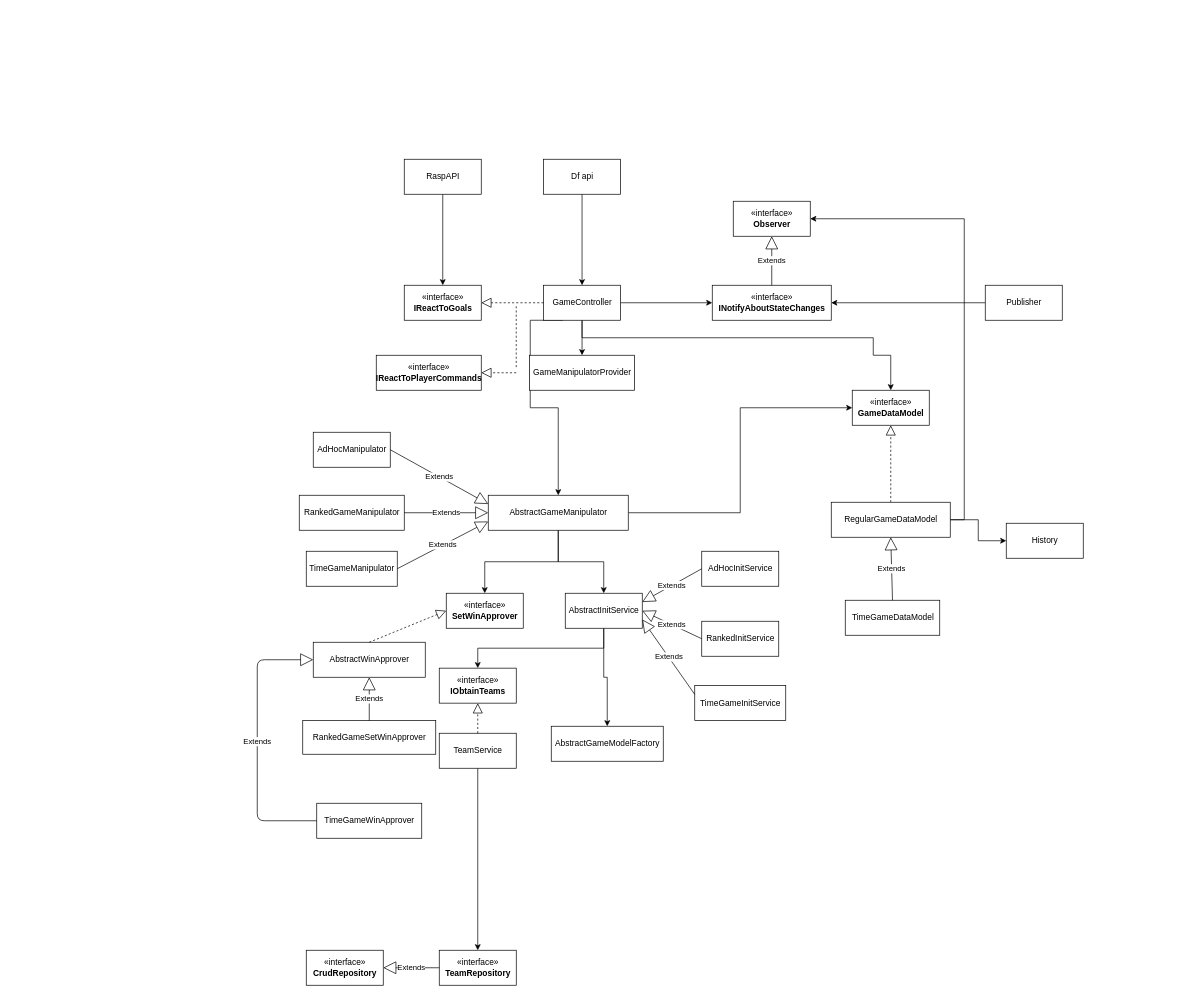
Before: resources/Klassendiagramm.drawio in IljaWeber/digitalFoosballPresentation, a draw.io diagram. Source tidied: cells renumbered, new cells numbered last; positions are measured from the earlier drawing's top-left corner, leaving out a move shared by most shapes. Both pictures are drawn from the tidied source at 70%, with x=0, y=0 at pixel (257, 159).
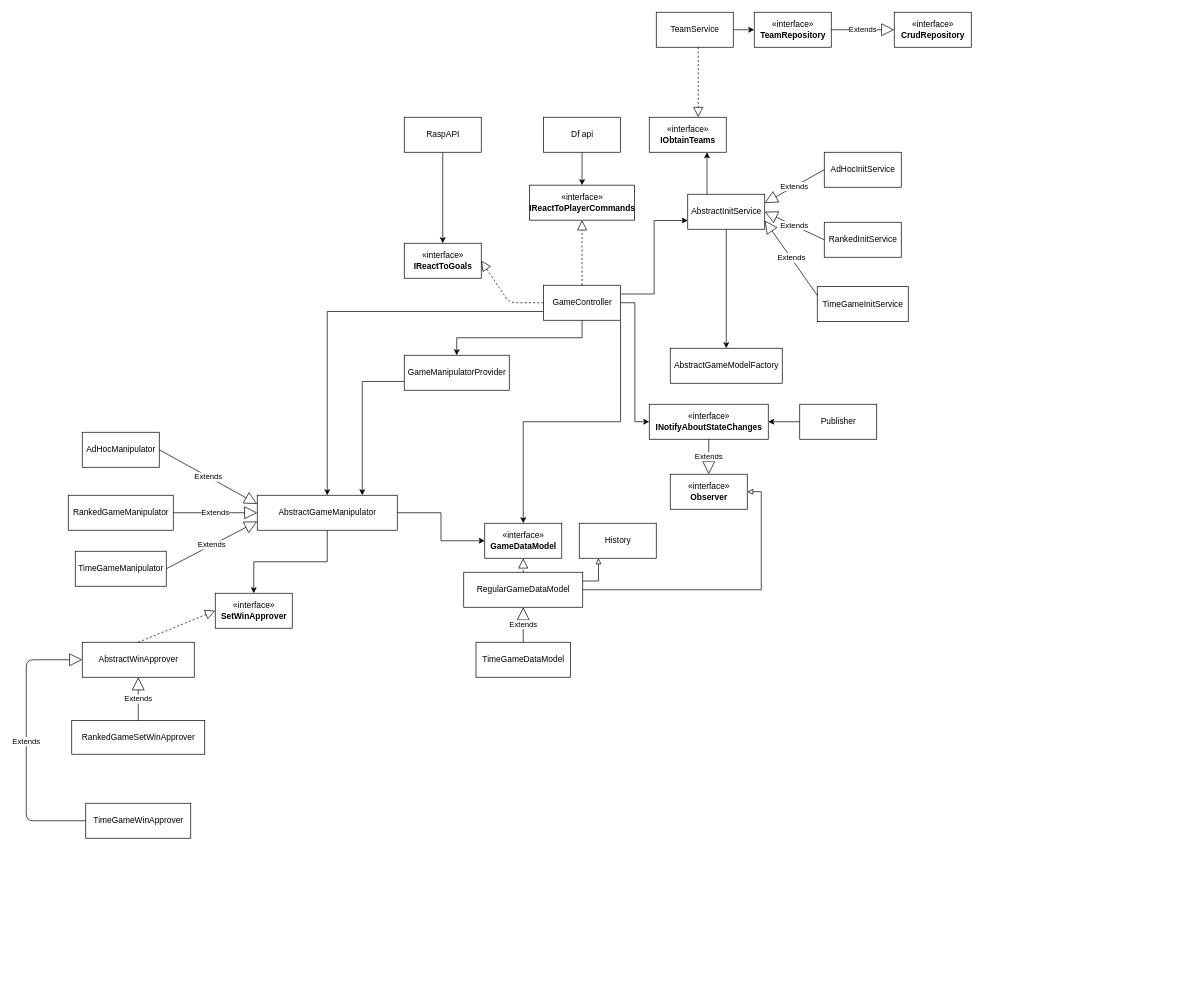
After the change.

Commit message:
diagram design changes

Unchanged cells that the change refers to:
```xml
<mxCell id="8" value="GameController" style="html=1;" parent="1" vertex="1">
  <mxGeometry x="409" y="180" width="110" height="50" as="geometry" />
</mxCell>
```

The edit, as a diff of the source:
```diff
@@
-    <mxCell id="2" style="edgeStyle=orthogonalEdgeStyle;rounded=0;jettySize=auto;html=1;exitX=0.5;exitY=1;exitDx=0;exitDy=0;entryX=0.5;entryY=0;entryDx=0;entryDy=0;" parent="1" edge="1" source="3" target="8">
+    <mxCell id="2" style="edgeStyle=orthogonalEdgeStyle;rounded=0;jettySize=auto;html=1;exitX=0.5;exitY=1;exitDx=0;exitDy=0;entryX=0.5;entryY=0;entryDx=0;entryDy=0;" parent="1" edge="1" source="3" target="13">
       <mxGeometry relative="1" as="geometry" />
     </mxCell>
     <mxCell id="3" value="Df api" style="html=1;" parent="1" vertex="1">
-      <mxGeometry x="409" width="110" height="50" as="geometry" />
+      <mxGeometry x="409" y="-60" width="110" height="50" as="geometry" />
     </mxCell>
@@
-    <mxCell id="6" style="edgeStyle=orthogonalEdgeStyle;rounded=0;jettySize=auto;html=1;exitX=0.5;exitY=1;exitDx=0;exitDy=0;entryX=0.5;entryY=0;entryDx=0;entryDy=0;" parent="1" edge="1" source="8" target="23">
-      <mxGeometry relative="1" as="geometry">
-        <Array as="points">
-          <mxPoint x="464" y="255" />
-          <mxPoint x="880" y="255" />
-          <mxPoint x="880" y="280" />
-          <mxPoint x="905" y="280" />
-        </Array>
-      </mxGeometry>
+    <mxCell id="6" style="edgeStyle=orthogonalEdgeStyle;rounded=0;jettySize=auto;html=1;exitX=1;exitY=1;exitDx=0;exitDy=0;entryX=0.5;entryY=0;entryDx=0;entryDy=0;" parent="1" edge="1" source="8" target="23">
+      <mxGeometry relative="1" as="geometry" />
     </mxCell>
-    <mxCell id="7" style="edgeStyle=orthogonalEdgeStyle;rounded=0;jettySize=auto;html=1;exitX=0.25;exitY=1;exitDx=0;exitDy=0;entryX=0.5;entryY=0;entryDx=0;entryDy=0;" parent="1" edge="1" source="8" target="34">
-      <mxGeometry relative="1" as="geometry">
-        <Array as="points">
-          <mxPoint x="390" y="230" />
-          <mxPoint x="390" y="355" />
-          <mxPoint x="430" y="355" />
-        </Array>
-      </mxGeometry>
+    <mxCell id="7" style="edgeStyle=orthogonalEdgeStyle;rounded=0;jettySize=auto;html=1;exitX=0;exitY=0.75;exitDx=0;exitDy=0;" parent="1" edge="1" source="8" target="34">
+      <mxGeometry relative="1" as="geometry" />
     </mxCell>
+    <mxCell id="66" style="edgeStyle=orthogonalEdgeStyle;rounded=0;jettySize=auto;html=1;exitX=1;exitY=0.25;exitDx=0;exitDy=0;entryX=0;entryY=0.75;entryDx=0;entryDy=0;endArrow=classic;endFill=1;strokeWidth=1;" parent="1" edge="1" source="8" target="37">
+      <mxGeometry relative="1" as="geometry" />
+    </mxCell>
@@
     <mxCell id="9" value="«interface»&lt;br&gt;&lt;b&gt;IReactToGoals&lt;/b&gt;" style="html=1;" parent="1" vertex="1">
-      <mxGeometry x="210" y="180" width="110" height="50" as="geometry" />
+      <mxGeometry x="210" y="120" width="110" height="50" as="geometry" />
     </mxCell>
@@
     <mxCell id="11" value="RaspAPI" style="html=1;" parent="1" vertex="1">
-      <mxGeometry x="210" width="110" height="50" as="geometry" />
+      <mxGeometry x="210" y="-60" width="110" height="50" as="geometry" />
     </mxCell>
@@
     <mxCell id="13" value="«interface»&lt;br&gt;&lt;b&gt;IReactToPlayerCommands&lt;/b&gt;" style="html=1;" parent="1" vertex="1">
-      <mxGeometry x="170" y="280" width="150" height="50" as="geometry" />
+      <mxGeometry x="389" y="37" width="150" height="50" as="geometry" />
     </mxCell>
@@
-    <mxCell id="15" style="endArrow=none;dashed=1;html=1;" parent="1" edge="1">
-      <mxGeometry relative="1" as="geometry">
-        <mxPoint x="370" y="210" as="sourcePoint" />
-        <mxPoint x="370" y="300" as="targetPoint" />
-      </mxGeometry>
-    </mxCell>
-    <mxCell id="16" style="endArrow=block;dashed=1;endFill=0;endSize=12;html=1;entryX=1;entryY=0.5;entryDx=0;entryDy=0;" parent="1" edge="1" target="13">
-      <mxGeometry relative="1" as="geometry">
-        <mxPoint x="370" y="305" as="sourcePoint" />
-      </mxGeometry>
+    <mxCell id="16" style="endArrow=block;dashed=1;endFill=0;endSize=12;html=1;entryX=0.5;entryY=1;entryDx=0;entryDy=0;exitX=0.5;exitY=0;exitDx=0;exitDy=0;" parent="1" edge="1" source="8" target="13">
+      <mxGeometry relative="1" as="geometry" />
     </mxCell>
     <mxCell id="17" value="«interface»&lt;br&gt;&lt;b&gt;INotifyAboutStateChanges&lt;/b&gt;" style="html=1;" parent="1" vertex="1">
-      <mxGeometry x="650" y="180" width="170" height="50" as="geometry" />
+      <mxGeometry x="560" y="350" width="170" height="50" as="geometry" />
     </mxCell>
+    <mxCell id="67" style="edgeStyle=orthogonalEdgeStyle;rounded=0;jettySize=auto;html=1;exitX=0;exitY=0.75;exitDx=0;exitDy=0;entryX=0.75;entryY=0;entryDx=0;entryDy=0;" parent="1" edge="1" source="18" target="34">
+      <mxGeometry relative="1" as="geometry" />
+    </mxCell>
     <mxCell id="18" value="GameManipulatorProvider" style="html=1;" parent="1" vertex="1">
-      <mxGeometry x="389" y="280" width="150" height="50" as="geometry" />
+      <mxGeometry x="210" y="280" width="150" height="50" as="geometry" />
     </mxCell>
     <mxCell id="19" value="«interface»&lt;br&gt;&lt;b&gt;Observer&lt;/b&gt;" style="html=1;" parent="1" vertex="1">
-      <mxGeometry x="680" y="60" width="110" height="50" as="geometry" />
+      <mxGeometry x="590" y="450" width="110" height="50" as="geometry" />
     </mxCell>
-    <mxCell id="20" value="Extends" style="endArrow=block;endSize=16;endFill=0;html=1;entryX=0.5;entryY=1;entryDx=0;entryDy=0;" parent="1" edge="1" source="17" target="19">
-      <mxGeometry relative="1" as="geometry" />
+    <mxCell id="20" value="Extends" style="endArrow=block;endSize=16;endFill=0;html=1;" parent="1" edge="1" source="17">
+      <mxGeometry relative="1" as="geometry">
+        <mxPoint x="645" y="450" as="targetPoint" />
+      </mxGeometry>
     </mxCell>
@@
     <mxCell id="22" value="Publisher" style="html=1;" parent="1" vertex="1">
-      <mxGeometry x="1040" y="180" width="110" height="50" as="geometry" />
+      <mxGeometry x="775" y="350" width="110" height="50" as="geometry" />
     </mxCell>
     <mxCell id="23" value="«interface»&lt;br&gt;&lt;b&gt;GameDataModel&lt;/b&gt;" style="html=1;" parent="1" vertex="1">
-      <mxGeometry x="850" y="330" width="110" height="50" as="geometry" />
+      <mxGeometry x="325" y="520" width="110" height="50" as="geometry" />
     </mxCell>
@@
-    <mxCell id="25" style="edgeStyle=orthogonalEdgeStyle;rounded=0;jettySize=auto;html=1;exitX=1;exitY=0.5;exitDx=0;exitDy=0;entryX=1;entryY=0.5;entryDx=0;entryDy=0;" parent="1" edge="1" source="27" target="19">
+    <mxCell id="25" style="edgeStyle=orthogonalEdgeStyle;rounded=0;jettySize=auto;html=1;exitX=1;exitY=0.5;exitDx=0;exitDy=0;entryX=1;entryY=0.5;entryDx=0;entryDy=0;endArrow=block;endFill=0;strokeWidth=1;" parent="1" edge="1" source="27" target="19">
       <mxGeometry relative="1" as="geometry" />
     </mxCell>
-    <mxCell id="26" style="edgeStyle=orthogonalEdgeStyle;rounded=0;jettySize=auto;html=1;exitX=1;exitY=0.5;exitDx=0;exitDy=0;entryX=0;entryY=0.5;entryDx=0;entryDy=0;" parent="1" edge="1" source="27" target="30">
+    <mxCell id="26" style="edgeStyle=orthogonalEdgeStyle;rounded=0;jettySize=auto;html=1;exitX=1;exitY=0.25;exitDx=0;exitDy=0;entryX=0.25;entryY=1;entryDx=0;entryDy=0;endArrow=block;endFill=0;strokeWidth=1;" parent="1" edge="1" source="27" target="30">
       <mxGeometry relative="1" as="geometry" />
     </mxCell>
     <mxCell id="27" value="RegularGameDataModel" style="html=1;" parent="1" vertex="1">
-      <mxGeometry x="820" y="490" width="170" height="50" as="geometry" />
+      <mxGeometry x="295" y="590" width="170" height="50" as="geometry" />
     </mxCell>
     <mxCell id="28" value="TimeGameDataModel" style="html=1;" parent="1" vertex="1">
-      <mxGeometry x="840" y="630" width="135" height="50" as="geometry" />
+      <mxGeometry x="312.5" y="690" width="135" height="50" as="geometry" />
     </mxCell>
@@
     <mxCell id="30" value="History" style="html=1;" parent="1" vertex="1">
-      <mxGeometry x="1070" y="520" width="110" height="50" as="geometry" />
+      <mxGeometry x="460" y="520" width="110" height="50" as="geometry" />
     </mxCell>
@@
-    <mxCell id="33" style="edgeStyle=orthogonalEdgeStyle;rounded=0;jettySize=auto;html=1;exitX=0.5;exitY=1;exitDx=0;exitDy=0;entryX=0.5;entryY=0;entryDx=0;entryDy=0;" parent="1" edge="1" source="34" target="37">
-      <mxGeometry relative="1" as="geometry" />
-    </mxCell>
     <mxCell id="34" value="AbstractGameManipulator" style="html=1;" parent="1" vertex="1">
-      <mxGeometry x="330" y="480" width="200" height="50" as="geometry" />
+      <mxGeometry y="480" width="200" height="50" as="geometry" />
     </mxCell>
@@
-    <mxCell id="36" style="edgeStyle=orthogonalEdgeStyle;rounded=0;jettySize=auto;html=1;exitX=0.5;exitY=1;exitDx=0;exitDy=0;entryX=0.5;entryY=0;entryDx=0;entryDy=0;" parent="1" edge="1" source="37" target="51">
+    <mxCell id="36" style="edgeStyle=orthogonalEdgeStyle;rounded=0;jettySize=auto;html=1;exitX=0.25;exitY=0;exitDx=0;exitDy=0;entryX=0.75;entryY=1;entryDx=0;entryDy=0;endArrow=classic;endFill=1;strokeWidth=1;" parent="1" edge="1" source="37" target="51">
       <mxGeometry relative="1" as="geometry" />
     </mxCell>
     <mxCell id="37" value="AbstractInitService" style="html=1;" parent="1" vertex="1">
-      <mxGeometry x="440" y="620" width="110" height="50" as="geometry" />
+      <mxGeometry x="615" y="50" width="110" height="50" as="geometry" />
     </mxCell>
     <mxCell id="38" value="AdHocManipulator" style="html=1;" parent="1" vertex="1">
-      <mxGeometry x="80" y="390" width="110" height="50" as="geometry" />
+      <mxGeometry x="-250" y="390" width="110" height="50" as="geometry" />
     </mxCell>
     <mxCell id="39" value="RankedGameManipulator" style="html=1;" parent="1" vertex="1">
-      <mxGeometry x="60" y="480" width="150" height="50" as="geometry" />
+      <mxGeometry x="-270" y="480" width="150" height="50" as="geometry" />
     </mxCell>
     <mxCell id="40" value="TimeGameManipulator" style="html=1;" parent="1" vertex="1">
-      <mxGeometry x="70" y="560" width="130" height="50" as="geometry" />
+      <mxGeometry x="-260" y="560" width="130" height="50" as="geometry" />
     </mxCell>
@@
     <mxCell id="44" value="AbstractGameModelFactory" style="html=1;" parent="1" vertex="1">
-      <mxGeometry x="420" y="810" width="160" height="50" as="geometry" />
+      <mxGeometry x="590" y="270" width="160" height="50" as="geometry" />
     </mxCell>
     <mxCell id="45" value="AdHocInitService" style="html=1;" parent="1" vertex="1">
-      <mxGeometry x="635" y="560" width="110" height="50" as="geometry" />
+      <mxGeometry x="810" y="-10" width="110" height="50" as="geometry" />
     </mxCell>
     <mxCell id="46" value="TimeGameInitService" style="html=1;" parent="1" vertex="1">
-      <mxGeometry x="625" y="752" width="130" height="50" as="geometry" />
+      <mxGeometry x="800" y="182" width="130" height="50" as="geometry" />
     </mxCell>
     <mxCell id="47" value="RankedInitService" style="html=1;" parent="1" vertex="1">
-      <mxGeometry x="635" y="660" width="110" height="50" as="geometry" />
+      <mxGeometry x="810" y="90" width="110" height="50" as="geometry" />
     </mxCell>
@@
     <mxCell id="51" value="«interface»&lt;br&gt;&lt;b&gt;IObtainTeams&lt;/b&gt;" style="html=1;" parent="1" vertex="1">
-      <mxGeometry x="260" y="727" width="110" height="50" as="geometry" />
+      <mxGeometry x="560" y="-60" width="110" height="50" as="geometry" />
     </mxCell>
-    <mxCell id="52" style="edgeStyle=orthogonalEdgeStyle;rounded=0;jettySize=auto;html=1;exitX=0.5;exitY=1;exitDx=0;exitDy=0;entryX=0.5;entryY=0;entryDx=0;entryDy=0;" parent="1" edge="1" source="53" target="55">
-      <mxGeometry relative="1" as="geometry" />
-    </mxCell>
+    <mxCell id="68" style="edgeStyle=orthogonalEdgeStyle;rounded=0;jettySize=auto;html=1;exitX=1;exitY=0.5;exitDx=0;exitDy=0;endArrow=classic;endFill=1;strokeWidth=1;" parent="1" edge="1" source="53">
+      <mxGeometry relative="1" as="geometry">
+        <mxPoint x="710" y="-185" as="targetPoint" />
+      </mxGeometry>
+    </mxCell>
     <mxCell id="53" value="TeamService" style="html=1;" parent="1" vertex="1">
-      <mxGeometry x="260" y="820" width="110" height="50" as="geometry" />
+      <mxGeometry x="570" y="-210" width="110" height="50" as="geometry" />
     </mxCell>
-    <mxCell id="54" style="endArrow=block;dashed=1;endFill=0;endSize=12;html=1;exitX=0.5;exitY=0;exitDx=0;exitDy=0;entryX=0.5;entryY=1;entryDx=0;entryDy=0;" parent="1" edge="1" source="53" target="51">
+    <mxCell id="54" style="endArrow=block;dashed=1;endFill=0;endSize=12;html=1;exitX=0.545;exitY=1;exitDx=0;exitDy=0;entryX=0.636;entryY=0;entryDx=0;entryDy=0;entryPerimeter=0;exitPerimeter=0;" parent="1" edge="1" source="53" target="51">
       <mxGeometry relative="1" as="geometry" />
     </mxCell>
     <mxCell id="55" value="«interface»&lt;br&gt;&lt;b&gt;TeamRepository&lt;/b&gt;" style="html=1;" parent="1" vertex="1">
-      <mxGeometry x="260" y="1130" width="110" height="50" as="geometry" />
+      <mxGeometry x="710" y="-210" width="110" height="50" as="geometry" />
     </mxCell>
     <mxCell id="56" value="«interface»&lt;br&gt;&lt;b&gt;CrudRepository&lt;/b&gt;" style="html=1;" parent="1" vertex="1">
-      <mxGeometry x="70" y="1130" width="110" height="50" as="geometry" />
+      <mxGeometry x="910" y="-210" width="110" height="50" as="geometry" />
     </mxCell>
-    <mxCell id="57" value="Extends" style="endArrow=block;endSize=16;endFill=0;html=1;exitX=0;exitY=0.5;exitDx=0;exitDy=0;entryX=1;entryY=0.5;entryDx=0;entryDy=0;" parent="1" edge="1" source="55" target="56">
-      <mxGeometry relative="1" as="geometry" />
+    <mxCell id="57" value="Extends" style="endArrow=block;endSize=16;endFill=0;html=1;entryX=0;entryY=0.5;entryDx=0;entryDy=0;" parent="1" edge="1" target="56">
+      <mxGeometry relative="1" as="geometry">
+        <mxPoint x="820" y="-185" as="sourcePoint" />
+      </mxGeometry>
     </mxCell>
     <mxCell id="58" value="«interface»&lt;br&gt;&lt;b&gt;SetWinApprover&lt;/b&gt;" style="html=1;" parent="1" vertex="1">
-      <mxGeometry x="270" y="620" width="110" height="50" as="geometry" />
+      <mxGeometry x="-60" y="620" width="110" height="50" as="geometry" />
     </mxCell>
     <mxCell id="59" value="AbstractWinApprover" style="html=1;" parent="1" vertex="1">
-      <mxGeometry x="80" y="690" width="160" height="50" as="geometry" />
+      <mxGeometry x="-250" y="690" width="160" height="50" as="geometry" />
     </mxCell>
@@
     <mxCell id="61" value="RankedGameSetWinApprover" style="html=1;" parent="1" vertex="1">
-      <mxGeometry x="65" y="802" width="190" height="48" as="geometry" />
+      <mxGeometry x="-265" y="802" width="190" height="48" as="geometry" />
     </mxCell>
@@
     <mxCell id="63" value="TimeGameWinApprover" style="html=1;" parent="1" vertex="1">
-      <mxGeometry x="85" y="920" width="150" height="50" as="geometry" />
+      <mxGeometry x="-245" y="920" width="150" height="50" as="geometry" />
     </mxCell>
     <mxCell id="64" value="Extends" style="endArrow=block;endSize=16;endFill=0;html=1;entryX=0;entryY=0.5;entryDx=0;entryDy=0;exitX=0;exitY=0.5;exitDx=0;exitDy=0;" parent="1" edge="1" source="63" target="59">
       <mxGeometry relative="1" as="geometry">
         <Array as="points">
-          <mxPoint y="945" />
-          <mxPoint y="715" />
+          <mxPoint x="-330" y="945" />
+          <mxPoint x="-330" y="715" />
         </Array>
       </mxGeometry>
     </mxCell>
     <mxCell id="65" value="&lt;br&gt;" style="text;html=1;align=center;verticalAlign=middle;" parent="1" vertex="1">
-      <mxGeometry x="1297" y="97" width="20" height="20" as="geometry" />
+      <mxGeometry x="837" y="190" width="20" height="20" as="geometry" />
     </mxCell>
```
